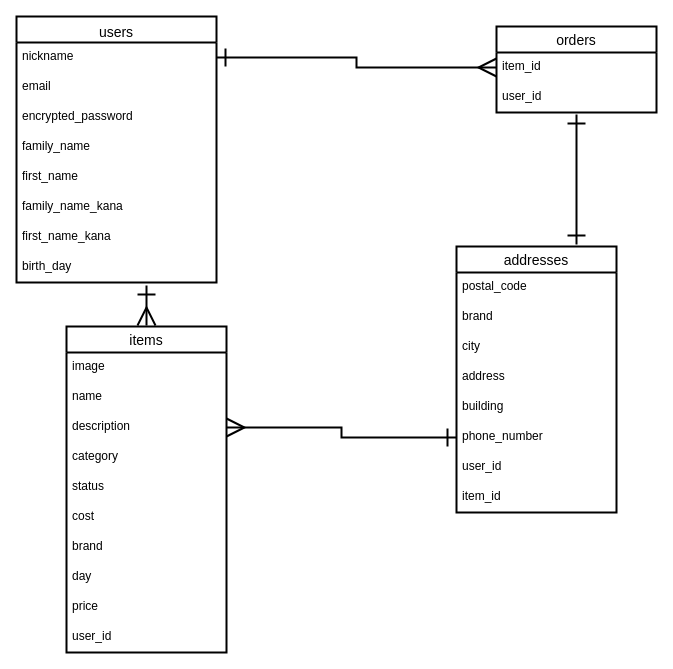
This is ER図.dio from haru3229/furima-35724, a draw.io file, before an edit. Source tidied: cells renumbered, new cells numbered last; positions are measured from the earlier drawing's top-left corner, leaving out a move shared by most shapes. Both pictures are drawn from the tidied source at 100%, with x=0, y=0 at pixel (16, 16).
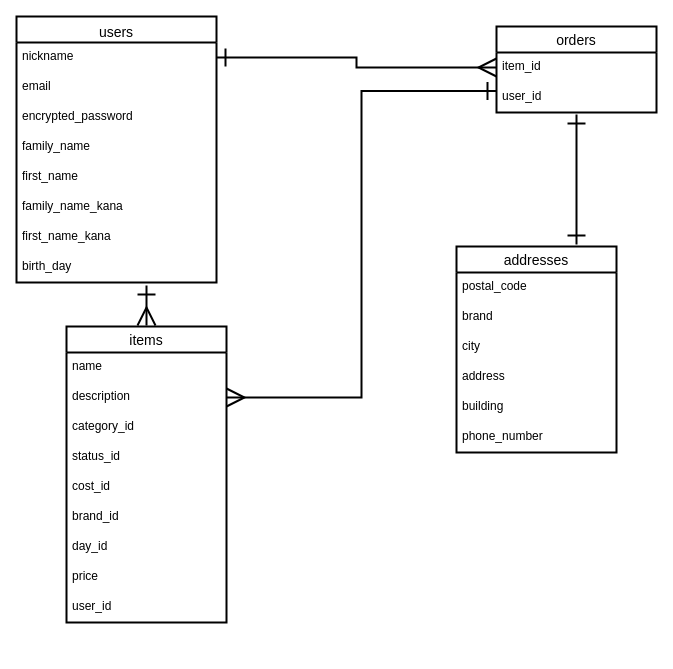
The same page after the edit.

Commit message (it also covers changes not shown here):
ER図描画，README記述（修正２回目）

Unchanged cells that the change refers to:
```xml
<mxCell id="11" value="orders" style="swimlane;fontStyle=0;horizontal=1;startSize=26;align=center;fontSize=14;strokeWidth=2;" parent="1" vertex="1">
  <mxGeometry x="480" y="10" width="160" height="86" as="geometry" />
</mxCell>
<mxCell id="21" value="phone_number" style="text;strokeColor=none;fillColor=none;spacingLeft=4;spacingRight=4;overflow=hidden;points=[[0,0.5],[1,0.5]];portConstraint=eastwest;fontSize=12;" parent="15" vertex="1">
  <mxGeometry y="176" width="160" height="30" as="geometry" />
</mxCell>
```

Diff of the diagram source:
```diff
@@
     <mxCell id="15" value="addresses" style="swimlane;fontStyle=0;horizontal=1;startSize=26;align=center;fontSize=14;strokeWidth=2;" parent="1" vertex="1">
-      <mxGeometry x="440" y="230" width="160" height="266" as="geometry" />
+      <mxGeometry x="440" y="230" width="160" height="206" as="geometry" />
     </mxCell>
@@
-    <mxCell id="22" value="user_id" style="text;strokeColor=none;fillColor=none;spacingLeft=4;spacingRight=4;overflow=hidden;fontSize=12;" parent="15" vertex="1">
-      <mxGeometry y="206" width="160" height="30" as="geometry" />
-    </mxCell>
-    <mxCell id="23" value="item_id" style="text;strokeColor=none;fillColor=none;spacingLeft=4;spacingRight=4;overflow=hidden;fontSize=12;" parent="15" vertex="1">
-      <mxGeometry y="236" width="160" height="30" as="geometry" />
-    </mxCell>
@@
     <mxCell id="25" value="items" style="swimlane;fontStyle=0;horizontal=1;startSize=26;align=center;fontSize=14;strokeWidth=2;" parent="1" vertex="1">
-      <mxGeometry x="50" y="310" width="160" height="326" as="geometry" />
+      <mxGeometry x="50" y="310" width="160" height="296" as="geometry" />
     </mxCell>
-    <mxCell id="26" value="image" style="text;strokeColor=none;fillColor=none;spacingLeft=4;spacingRight=4;overflow=hidden;fontSize=12;" parent="25" vertex="1">
-      <mxGeometry y="26" width="160" height="30" as="geometry" />
-    </mxCell>
     <mxCell id="27" value="name" style="text;strokeColor=none;fillColor=none;spacingLeft=4;spacingRight=4;overflow=hidden;fontSize=12;" parent="25" vertex="1">
-      <mxGeometry y="56" width="160" height="30" as="geometry" />
+      <mxGeometry y="26" width="160" height="30" as="geometry" />
     </mxCell>
     <mxCell id="28" value="description" style="text;strokeColor=none;fillColor=none;spacingLeft=4;spacingRight=4;overflow=hidden;points=[[0,0.5],[1,0.5]];portConstraint=eastwest;fontSize=12;" parent="25" vertex="1">
-      <mxGeometry y="86" width="160" height="30" as="geometry" />
+      <mxGeometry y="56" width="160" height="30" as="geometry" />
     </mxCell>
-    <mxCell id="29" value="category" style="text;strokeColor=none;fillColor=none;spacingLeft=4;spacingRight=4;overflow=hidden;fontSize=12;" parent="25" vertex="1">
-      <mxGeometry y="116" width="160" height="30" as="geometry" />
+    <mxCell id="29" value="category_id" style="text;strokeColor=none;fillColor=none;spacingLeft=4;spacingRight=4;overflow=hidden;fontSize=12;" parent="25" vertex="1">
+      <mxGeometry y="86" width="160" height="30" as="geometry" />
     </mxCell>
-    <mxCell id="30" value="status" style="text;strokeColor=none;fillColor=none;spacingLeft=4;spacingRight=4;overflow=hidden;fontSize=12;" parent="25" vertex="1">
-      <mxGeometry y="146" width="160" height="30" as="geometry" />
+    <mxCell id="30" value="status_id" style="text;strokeColor=none;fillColor=none;spacingLeft=4;spacingRight=4;overflow=hidden;fontSize=12;" parent="25" vertex="1">
+      <mxGeometry y="116" width="160" height="30" as="geometry" />
     </mxCell>
-    <mxCell id="31" value="cost" style="text;strokeColor=none;fillColor=none;spacingLeft=4;spacingRight=4;overflow=hidden;fontSize=12;" parent="25" vertex="1">
-      <mxGeometry y="176" width="160" height="30" as="geometry" />
+    <mxCell id="31" value="cost_id" style="text;strokeColor=none;fillColor=none;spacingLeft=4;spacingRight=4;overflow=hidden;fontSize=12;" parent="25" vertex="1">
+      <mxGeometry y="146" width="160" height="30" as="geometry" />
     </mxCell>
-    <mxCell id="32" value="brand" style="text;strokeColor=none;fillColor=none;spacingLeft=4;spacingRight=4;overflow=hidden;fontSize=12;" parent="25" vertex="1">
-      <mxGeometry y="206" width="160" height="30" as="geometry" />
+    <mxCell id="32" value="brand_id" style="text;strokeColor=none;fillColor=none;spacingLeft=4;spacingRight=4;overflow=hidden;fontSize=12;" parent="25" vertex="1">
+      <mxGeometry y="176" width="160" height="30" as="geometry" />
     </mxCell>
-    <mxCell id="33" value="day" style="text;strokeColor=none;fillColor=none;spacingLeft=4;spacingRight=4;overflow=hidden;fontSize=12;" parent="25" vertex="1">
-      <mxGeometry y="236" width="160" height="30" as="geometry" />
+    <mxCell id="33" value="day_id" style="text;strokeColor=none;fillColor=none;spacingLeft=4;spacingRight=4;overflow=hidden;fontSize=12;" parent="25" vertex="1">
+      <mxGeometry y="206" width="160" height="30" as="geometry" />
     </mxCell>
     <mxCell id="34" value="price" style="text;strokeColor=none;fillColor=none;spacingLeft=4;spacingRight=4;overflow=hidden;fontSize=12;" parent="25" vertex="1">
-      <mxGeometry y="266" width="160" height="30" as="geometry" />
+      <mxGeometry y="236" width="160" height="30" as="geometry" />
     </mxCell>
     <mxCell id="35" value="user_id" style="text;strokeColor=none;fillColor=none;spacingLeft=4;spacingRight=4;overflow=hidden;fontSize=12;" parent="25" vertex="1">
-      <mxGeometry y="296" width="160" height="30" as="geometry" />
+      <mxGeometry y="266" width="160" height="30" as="geometry" />
     </mxCell>
@@
-    <mxCell id="37" style="edgeStyle=orthogonalEdgeStyle;rounded=0;jettySize=auto;html=1;exitX=1;exitY=0.5;exitDx=0;exitDy=0;startArrow=ERmany;startFill=0;endArrow=ERone;endFill=0;entryX=0;entryY=0.5;entryDx=0;entryDy=0;endSize=15;startSize=15;strokeWidth=2;" parent="1" edge="1" source="28" target="21">
+    <mxCell id="37" style="edgeStyle=orthogonalEdgeStyle;rounded=0;jettySize=auto;html=1;exitX=1;exitY=0.5;exitDx=0;exitDy=0;startArrow=ERmany;startFill=0;endArrow=ERone;endFill=0;entryX=0;entryY=0.75;entryDx=0;entryDy=0;endSize=15;startSize=15;strokeWidth=2;" parent="1" edge="1" source="28" target="11">
       <mxGeometry relative="1" as="geometry" />
     </mxCell>
```
